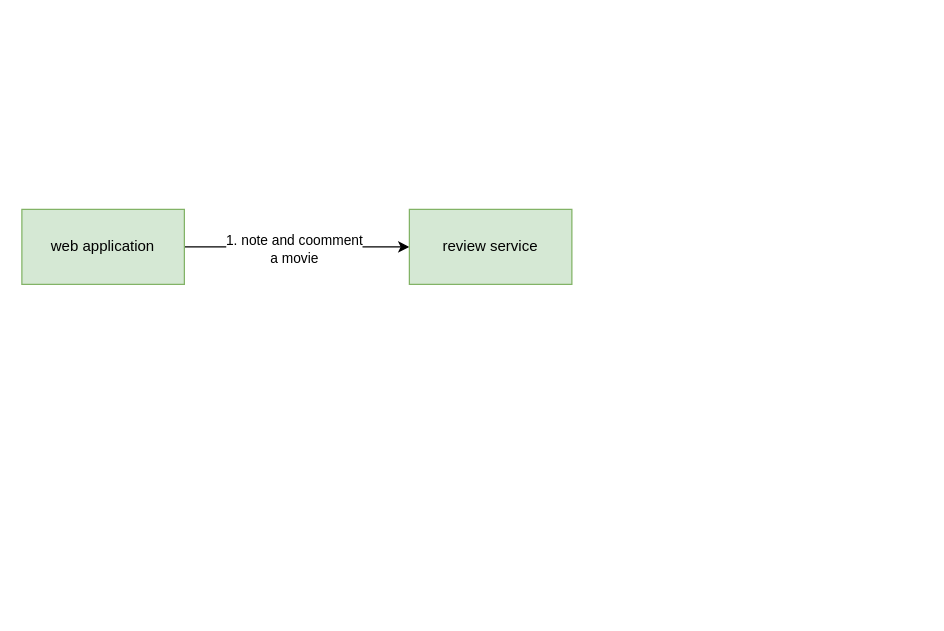
Above: workflows/review_movie.drawio in movies-albrains/.github (draw.io), before the change. Source tidied: cells renumbered, new cells numbered last; positions are measured from the earlier drawing's top-left corner, leaving out a move shared by most shapes. Both pictures are drawn from the tidied source at 125%, with x=0, y=0 at pixel (21, 209).
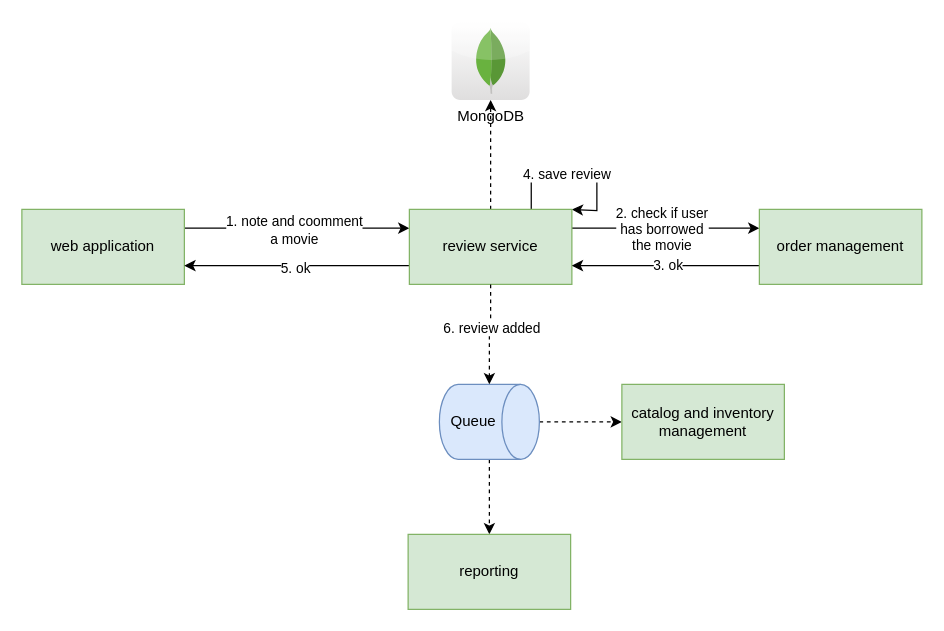
Above is the later version.

Commit message (it also covers changes not shown here):
Mettre à jour review_movie.drawio

Unchanged cells that the change refers to:
```xml
<mxCell id="4" value="web application" style="rounded=0;whiteSpace=wrap;html=1;fillColor=#d5e8d4;strokeColor=#82b366;" parent="1" vertex="1">
  <mxGeometry width="130" height="60" as="geometry" />
</mxCell>
<mxCell id="5" value="review service" style="rounded=0;whiteSpace=wrap;html=1;fillColor=#d5e8d4;strokeColor=#82b366;" parent="1" vertex="1">
  <mxGeometry x="310" width="130" height="60" as="geometry" />
</mxCell>
```

Diff of the diagram source:
```diff
@@
-    <mxCell id="2" style="edgeStyle=orthogonalEdgeStyle;rounded=0;jettySize=auto;html=1;" parent="1" edge="1" source="4" target="5">
+    <mxCell id="2" style="edgeStyle=orthogonalEdgeStyle;rounded=0;jettySize=auto;html=1;exitX=1;exitY=0.25;exitDx=0;exitDy=0;entryX=0;entryY=0.25;entryDx=0;entryDy=0;" parent="1" edge="1" source="4" target="5">
       <mxGeometry relative="1" as="geometry" />
     </mxCell>
@@
+    <mxCell id="6" style="edgeStyle=orthogonalEdgeStyle;rounded=0;jettySize=auto;html=1;exitX=1;exitY=0.25;exitDx=0;exitDy=0;entryX=0;entryY=0.25;entryDx=0;entryDy=0;" parent="1" edge="1" source="5" target="15">
+      <mxGeometry relative="1" as="geometry" />
+    </mxCell>
+    <mxCell id="7" value="&lt;div&gt;2. check if user&lt;/div&gt;&lt;div&gt;has borrowed&lt;/div&gt;&lt;div&gt;the movie&lt;br&gt;&lt;/div&gt;" style="edgeLabel;html=1;align=center;verticalAlign=middle;" parent="6" vertex="1">
+      <mxGeometry x="-0.05" relative="1" as="geometry" />
+    </mxCell>
+    <mxCell id="8" style="edgeStyle=orthogonalEdgeStyle;rounded=0;jettySize=auto;html=1;dashed=1;" parent="1" edge="1" source="5" target="16">
+      <mxGeometry relative="1" as="geometry" />
+    </mxCell>
+    <mxCell id="9" style="edgeStyle=orthogonalEdgeStyle;rounded=0;orthogonalLoop=1;jettySize=auto;html=1;exitX=0.75;exitY=0;exitDx=0;exitDy=0;entryX=1;entryY=0;entryDx=0;entryDy=0;" parent="1" edge="1" source="5" target="5">
+      <mxGeometry relative="1" as="geometry">
+        <Array as="points">
+          <mxPoint x="408" y="-30" />
+          <mxPoint x="460" y="-30" />
+          <mxPoint x="460" y="1" />
+        </Array>
+      </mxGeometry>
+    </mxCell>
+    <mxCell id="10" value="4. save review" style="edgeLabel;html=1;align=center;verticalAlign=middle;" parent="9" vertex="1">
+      <mxGeometry x="-0.15" y="-1" relative="1" as="geometry">
+        <mxPoint x="1" as="offset" />
+      </mxGeometry>
+    </mxCell>
+    <mxCell id="11" style="edgeStyle=orthogonalEdgeStyle;rounded=0;jettySize=auto;html=1;exitX=0;exitY=0.75;exitDx=0;exitDy=0;entryX=1;entryY=0.75;entryDx=0;entryDy=0;" parent="1" edge="1" source="5" target="4">
+      <mxGeometry relative="1" as="geometry" />
+    </mxCell>
+    <mxCell id="12" value="5. ok" style="edgeLabel;html=1;align=center;verticalAlign=middle;" parent="11" vertex="1">
+      <mxGeometry x="0.02" y="1" relative="1" as="geometry" />
+    </mxCell>
@@
+    <mxCell id="13" style="edgeStyle=orthogonalEdgeStyle;rounded=0;jettySize=auto;html=1;exitX=0;exitY=0.75;exitDx=0;exitDy=0;entryX=1;entryY=0.75;entryDx=0;entryDy=0;" parent="1" edge="1" source="15" target="5">
+      <mxGeometry relative="1" as="geometry" />
+    </mxCell>
+    <mxCell id="14" value="3. ok" style="edgeLabel;html=1;align=center;verticalAlign=middle;" parent="13" vertex="1">
+      <mxGeometry x="-0.01" y="-1" relative="1" as="geometry" />
+    </mxCell>
+    <mxCell id="15" value="order management" style="rounded=0;whiteSpace=wrap;html=1;fillColor=#d5e8d4;strokeColor=#82b366;" parent="1" vertex="1">
+      <mxGeometry x="590" width="130" height="60" as="geometry" />
+    </mxCell>
+    <mxCell id="16" value="MongoDB" style="dashed=0;outlineConnect=0;html=1;align=center;labelPosition=center;verticalLabelPosition=bottom;verticalAlign=top;shape=mxgraph.webicons.mongodb;gradientColor=#DFDEDE;" parent="1" vertex="1">
+      <mxGeometry x="343.8" y="-150" width="62.4" height="62.4" as="geometry" />
+    </mxCell>
+    <mxCell id="17" style="edgeStyle=orthogonalEdgeStyle;rounded=0;jettySize=auto;html=1;exitX=1;exitY=0.5;exitDx=0;exitDy=0;exitPerimeter=0;entryX=0.5;entryY=0;entryDx=0;entryDy=0;dashed=1;" parent="1" edge="1" source="19" target="22">
+      <mxGeometry relative="1" as="geometry" />
+    </mxCell>
+    <mxCell id="18" style="edgeStyle=orthogonalEdgeStyle;rounded=0;jettySize=auto;html=1;entryX=0;entryY=0.5;entryDx=0;entryDy=0;dashed=1;" parent="1" edge="1" source="19" target="23">
+      <mxGeometry relative="1" as="geometry" />
+    </mxCell>
+    <mxCell id="19" value="Queue" style="shape=cylinder3;whiteSpace=wrap;html=1;boundedLbl=1;backgroundOutline=1;size=15;direction=south;fillColor=#dae8fc;strokeColor=#6c8ebf;" parent="1" vertex="1">
+      <mxGeometry x="334" y="140" width="80" height="60" as="geometry" />
+    </mxCell>
+    <mxCell id="20" style="edgeStyle=orthogonalEdgeStyle;rounded=0;jettySize=auto;html=1;entryX=0;entryY=0.5;entryDx=0;entryDy=0;entryPerimeter=0;dashed=1;" parent="1" edge="1" source="5" target="19">
+      <mxGeometry relative="1" as="geometry" />
+    </mxCell>
+    <mxCell id="21" value="6. review added" style="edgeLabel;html=1;align=center;verticalAlign=middle;" parent="20" vertex="1">
+      <mxGeometry x="-0.17" relative="1" as="geometry" />
+    </mxCell>
+    <mxCell id="22" value="reporting" style="rounded=0;whiteSpace=wrap;html=1;fillColor=#d5e8d4;strokeColor=#82b366;" parent="1" vertex="1">
+      <mxGeometry x="309" y="260" width="130" height="60" as="geometry" />
+    </mxCell>
+    <mxCell id="23" value="catalog and inventory management" style="rounded=0;whiteSpace=wrap;html=1;fillColor=#d5e8d4;strokeColor=#82b366;" parent="1" vertex="1">
+      <mxGeometry x="480" y="140" width="130" height="60" as="geometry" />
+    </mxCell>
```
